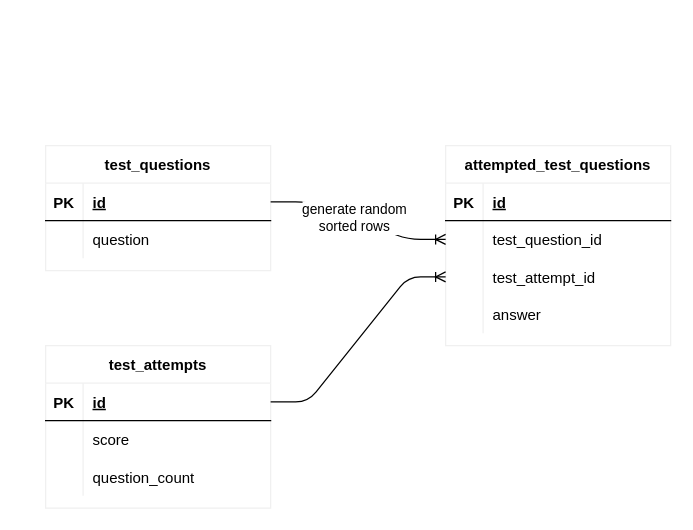
Above: diagrams/database-design.drawio in alimtegar/sibisa_api (draw.io), before the change. Source tidied: cells renumbered, new cells numbered last; positions are measured from the earlier drawing's top-left corner, leaving out a move shared by most shapes. Both pictures are drawn from the tidied source at 125%, with x=0, y=0 at pixel (45, 145).
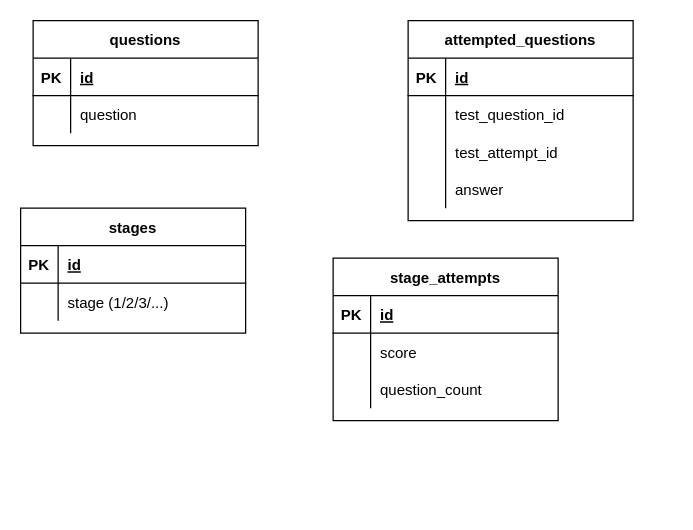
After the change.

The change refers to these unchanged cells:
```xml
<mxCell id="3" style="shape=partialRectangle;fillColor=none;top=0;left=0;bottom=1;right=0;points=[[0,0.5],[1,0.5]];portConstraint=eastwest;" parent="2" vertex="1">
  <mxGeometry y="30" width="180" height="30" as="geometry" />
</mxCell>
<mxCell id="13" style="shape=partialRectangle;fillColor=none;top=0;left=0;bottom=0;right=0;points=[[0,0.5],[1,0.5]];portConstraint=eastwest;" parent="9" vertex="1">
  <mxGeometry y="60" width="180" height="30" as="geometry" />
</mxCell>
<mxCell id="16" style="shape=partialRectangle;fillColor=none;top=0;left=0;bottom=0;right=0;points=[[0,0.5],[1,0.5]];portConstraint=eastwest;" parent="9" vertex="1">
  <mxGeometry y="90" width="180" height="30" as="geometry" />
</mxCell>
<mxCell id="25" style="shape=partialRectangle;fillColor=none;top=0;left=0;bottom=1;right=0;points=[[0,0.5],[1,0.5]];portConstraint=eastwest;" parent="24" vertex="1">
  <mxGeometry y="30" width="180" height="30" as="geometry" />
</mxCell>
```

The edit, as a diff of the source:
```diff
@@
-    <mxCell id="2" value="test_questions" style="shape=table;startSize=30;childLayout=tableLayout;rowLines=0;fontStyle=1;align=center;strokeColor=#f0f0f0;" parent="1" vertex="1">
-      <mxGeometry width="180" height="100" as="geometry" />
+    <mxCell id="2" value="questions" style="shape=table;startSize=30;childLayout=tableLayout;rowLines=0;fontStyle=1;align=center;" parent="1" vertex="1">
+      <mxGeometry x="-10" y="-100" width="180" height="100" as="geometry" />
     </mxCell>
@@
-    <mxCell id="9" value="attempted_test_questions" style="shape=table;startSize=30;childLayout=tableLayout;rowLines=0;fontStyle=1;align=center;strokeColor=#f0f0f0;" parent="1" vertex="1">
-      <mxGeometry x="320" width="180" height="160" as="geometry" />
+    <mxCell id="9" value="attempted_questions" style="shape=table;startSize=30;childLayout=tableLayout;rowLines=0;fontStyle=1;align=center;" parent="1" vertex="1">
+      <mxGeometry x="290" y="-100" width="180" height="160" as="geometry" />
     </mxCell>
@@
-    <mxCell id="22" style="edgeStyle=entityRelationEdgeStyle;fontSize=12;html=1;endArrow=ERoneToMany;exitX=1;exitY=0.5;exitDx=0;exitDy=0;entryX=0;entryY=0.5;entryDx=0;entryDy=0;" parent="1" edge="1" source="3" target="13">
-      <mxGeometry relative="1" as="geometry" />
-    </mxCell>
-    <mxCell id="23" value="generate random &lt;br&gt;sorted rows" style="edgeLabel;html=1;align=center;verticalAlign=middle;" parent="22" vertex="1">
-      <mxGeometry x="-0.05" y="1" relative="1" as="geometry" />
-    </mxCell>
-    <mxCell id="24" value="test_attempts" style="shape=table;startSize=30;childLayout=tableLayout;rowLines=0;fontStyle=1;align=center;strokeColor=#f0f0f0;" parent="1" vertex="1">
-      <mxGeometry y="160" width="180" height="130" as="geometry" />
+    <mxCell id="24" value="stage_attempts" style="shape=table;startSize=30;childLayout=tableLayout;rowLines=0;fontStyle=1;align=center;" parent="1" vertex="1">
+      <mxGeometry x="230" y="90" width="180" height="130" as="geometry" />
     </mxCell>
@@
-    <mxCell id="34" style="edgeStyle=entityRelationEdgeStyle;fontSize=12;html=1;endArrow=ERoneToMany;exitX=1;exitY=0.5;exitDx=0;exitDy=0;entryX=0;entryY=0.5;entryDx=0;entryDy=0;" parent="1" edge="1" source="25" target="16">
-      <mxGeometry relative="1" as="geometry" />
-    </mxCell>
+    <mxCell id="35" value="stages" style="shape=table;startSize=30;childLayout=tableLayout;rowLines=0;fontStyle=1;align=center;" parent="1" vertex="1">
+      <mxGeometry x="-20" y="50" width="180" height="100" as="geometry" />
+    </mxCell>
+    <mxCell id="36" style="shape=partialRectangle;fillColor=none;top=0;left=0;bottom=1;right=0;" parent="35" vertex="1">
+      <mxGeometry y="30" width="180" height="30" as="geometry" />
+    </mxCell>
+    <mxCell id="37" value="PK" style="shape=partialRectangle;fillColor=none;top=0;left=0;bottom=0;right=0;fontStyle=1;overflow=hidden;" parent="36" vertex="1">
+      <mxGeometry width="30" height="30" as="geometry" />
+    </mxCell>
+    <mxCell id="38" value="id" style="shape=partialRectangle;fillColor=none;top=0;left=0;bottom=0;right=0;align=left;spacingLeft=6;fontStyle=5;overflow=hidden;" parent="36" vertex="1">
+      <mxGeometry x="30" width="150" height="30" as="geometry" />
+    </mxCell>
+    <mxCell id="39" style="shape=partialRectangle;fillColor=none;top=0;left=0;bottom=0;right=0;" parent="35" vertex="1">
+      <mxGeometry y="60" width="180" height="30" as="geometry" />
+    </mxCell>
+    <mxCell id="40" style="shape=partialRectangle;fillColor=none;top=0;left=0;bottom=0;right=0;overflow=hidden;" parent="39" vertex="1">
+      <mxGeometry width="30" height="30" as="geometry" />
+    </mxCell>
+    <mxCell id="41" value="stage (1/2/3/...)" style="shape=partialRectangle;fillColor=none;top=0;left=0;bottom=0;right=0;align=left;spacingLeft=6;overflow=hidden;" parent="39" vertex="1">
+      <mxGeometry x="30" width="150" height="30" as="geometry" />
+    </mxCell>
```
